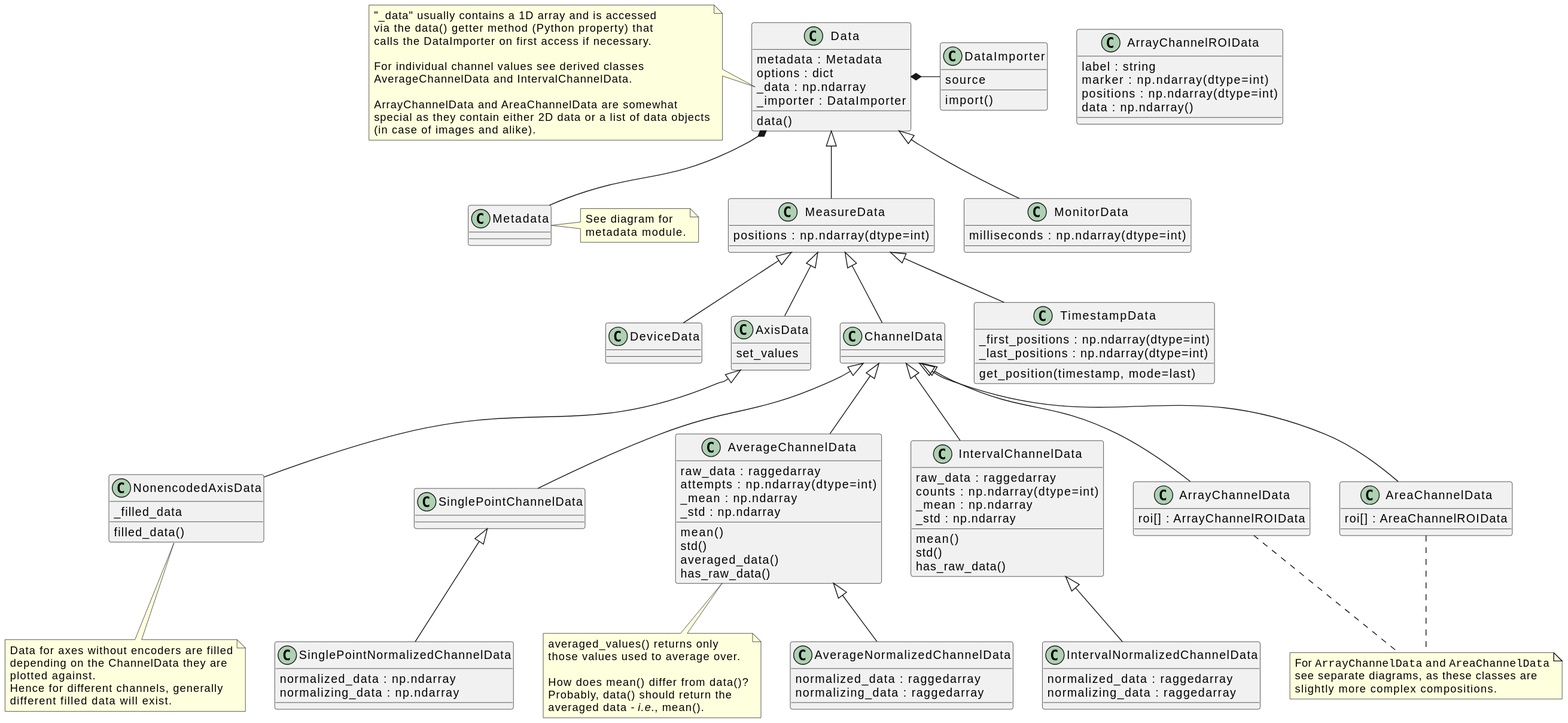
Earlier version of the PlantUML export docs/uml/evedata.evefile.data.svg (tillbiskup/evedata). Source of this version:
```plantuml
@startuml

class Data {
    metadata : Metadata
    options : dict
    _data : np.ndarray
    _importer : DataImporter
    data()
}
note left of Data::_data
    "_data" usually contains a 1D array and is accessed
    via the data() getter method (Python property) that
    calls the DataImporter on first access if necessary.

    For individual channel values see derived classes
    AverageChannelData and IntervalChannelData.

    ArrayChannelData and AreaChannelData are somewhat
    special as they contain either 2D data or a list of data objects
    (in case of images and alike).
end note

class DataImporter {
    source
    import()
}

class Metadata {
}
note right: See diagram for\nmetadata module.

Data *- DataImporter
Data *-- Metadata

class MeasureData extends Data {
    {field} positions : np.ndarray(dtype=int)
}

class MonitorData extends Data {
    {field} milliseconds : np.ndarray(dtype=int)
}

class DeviceData extends MeasureData

class AxisData extends MeasureData {
    set_values
}

class NonencodedAxisData extends AxisData {
    _filled_data
    filled_data()
}
note bottom of NonencodedAxisData
    Data for axes without encoders are filled
    depending on the ChannelData they are
    plotted against.
    Hence for different channels, generally
    different filled data will exist.
endnote

class ChannelData extends MeasureData {
}

class TimestampData extends MeasureData {
    {field} _first_positions : np.ndarray(dtype=int)
    {field} _last_positions : np.ndarray(dtype=int)
    get_position(timestamp, mode=last)
}

class SinglePointChannelData extends ChannelData {}

class SinglePointNormalizedChannelData extends SinglePointChannelData {
    normalized_data : np.ndarray
    normalizing_data : np.ndarray
}

class AverageChannelData extends ChannelData {
    raw_data : raggedarray
    {field} attempts : np.ndarray(dtype=int)
    _mean : np.ndarray
    _std : np.ndarray
    mean()
    std()
    averaged_data()
    has_raw_data()
}
note bottom of AverageChannelData
    averaged_values() returns only
    those values used to average over.

    How does mean() differ from data()?
    Probably, data() should return the
    averaged data - <i>i.e.</i>, mean().
end note

class AverageNormalizedChannelData extends AverageChannelData {
    normalized_data : raggedarray
    normalizing_data : raggedarray
}


class IntervalChannelData extends ChannelData {
    raw_data : raggedarray
    {field} counts : np.ndarray(dtype=int)
    _mean : np.ndarray
    _std : np.ndarray
    mean()
    std()
    has_raw_data()
}

class IntervalNormalizedChannelData extends IntervalChannelData {
    normalized_data : raggedarray
    normalizing_data : raggedarray
}

class ArrayChannelData extends ChannelData {
    roi[] : ArrayChannelROIData
}

class ArrayChannelROIData {
    {field} label : string
    {field} marker : np.ndarray(dtype=int)
    {field} positions : np.ndarray(dtype=int)
    {field} data : np.ndarray()
}

class AreaChannelData extends ChannelData {
    roi[] : AreaChannelROIData
}

note as array_area_channels_note
    For ""ArrayChannelData"" and ""AreaChannelData""
    see separate diagrams, as these classes are
    slightly more complex compositions.
end note

AreaChannelData .. array_area_channels_note
ArrayChannelData .. array_area_channels_note
@enduml
```
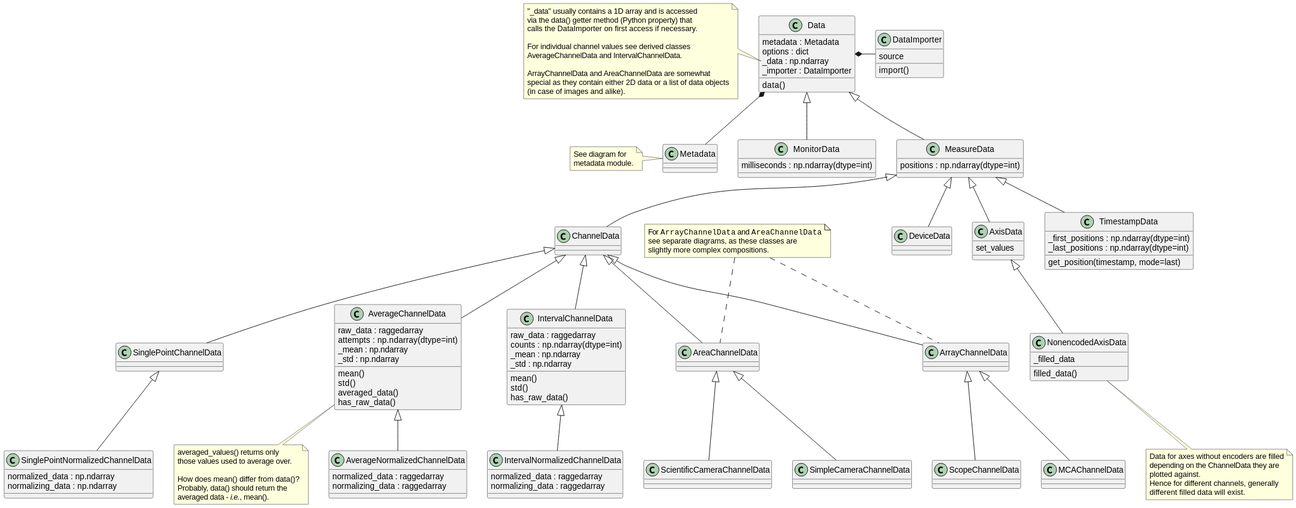
The same diagram one commit later.

Change to the diagram source:
```diff
@@ -27,7 +27,7 @@
 
 class Metadata {
 }
-note right: See diagram for\nmetadata module.
+note left: See diagram for\nmetadata module.
 
 Data *- DataImporter
 Data *-- Metadata
@@ -115,19 +115,18 @@
 }
 
 class ArrayChannelData extends ChannelData {
-    roi[] : ArrayChannelROIData
 }
 
-class ArrayChannelROIData {
-    {field} label : string
-    {field} marker : np.ndarray(dtype=int)
-    {field} positions : np.ndarray(dtype=int)
-    {field} data : np.ndarray()
+class MCAChannelData extends ArrayChannelData
+
+class ScopeChannelData extends ArrayChannelData
+
+class AreaChannelData extends ChannelData {
 }
 
-class AreaChannelData extends ChannelData {
-    roi[] : AreaChannelROIData
-}
+class SimpleCameraChannelData extends AreaChannelData
+
+class ScientificCameraChannelData extends AreaChannelData
 
 note as array_area_channels_note
     For ""ArrayChannelData"" and ""AreaChannelData""
@@ -135,6 +134,6 @@
     slightly more complex compositions.
 end note
 
-AreaChannelData .. array_area_channels_note
-ArrayChannelData .. array_area_channels_note
+AreaChannelData .up. array_area_channels_note
+ArrayChannelData .up. array_area_channels_note
 @enduml
```
